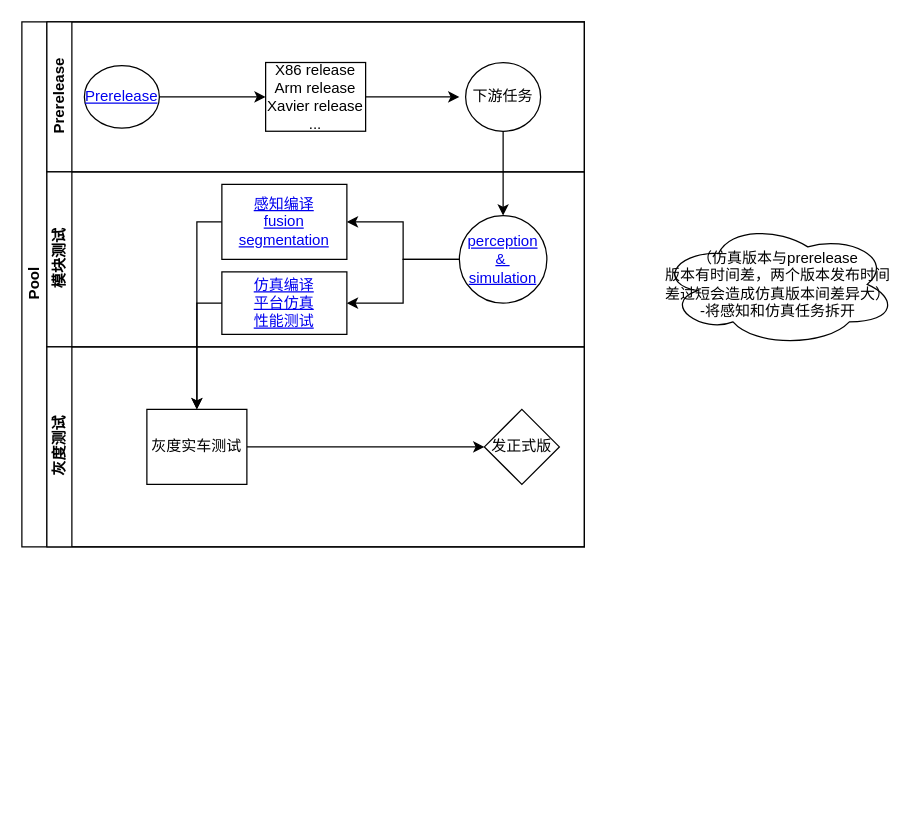
chwxiongppp/CS-notes keeps this draw.io diagram as 发版流程.drawio. Above is the earlier version. Source tidied: cells renumbered, new cells numbered last; positions are measured from the earlier drawing's top-left corner, leaving out a move shared by most shapes. Both pictures are drawn from the tidied source at 125%, with x=0, y=0 at pixel (21, 21).
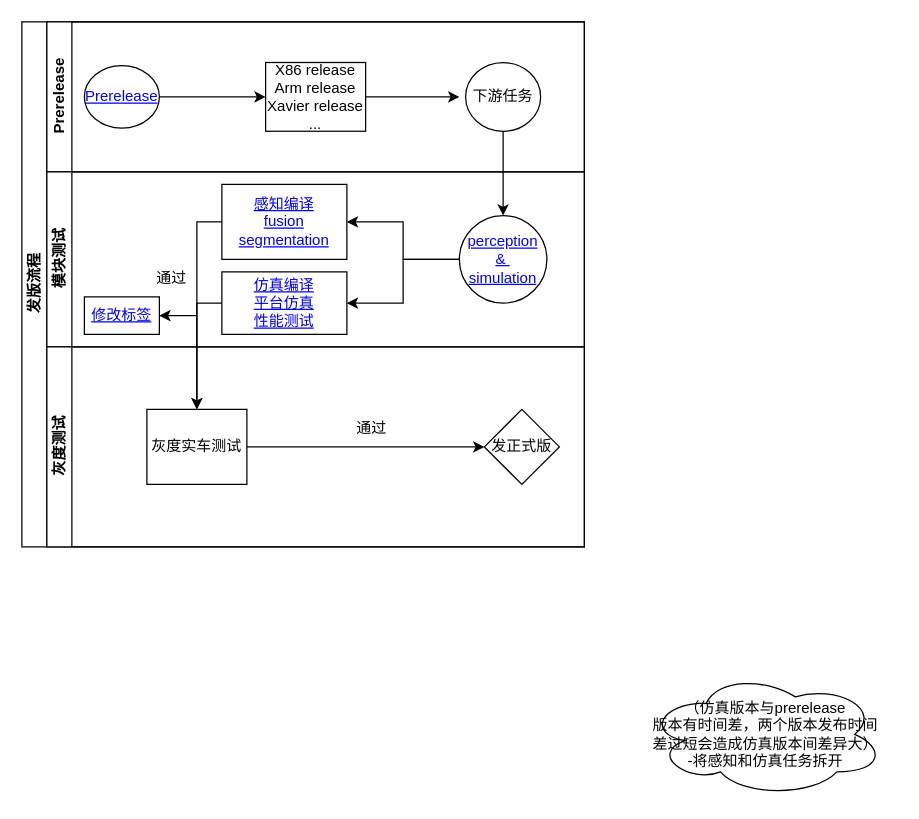
The same page after the edit.

Commit message (it also covers changes not shown here):
更新发版流程.drawio

The change refers to these unchanged cells:
```xml
<mxCell id="9" value="模块测试&lt;br&gt;" style="swimlane;html=1;startSize=20;horizontal=0;" parent="2" vertex="1">
  <mxGeometry x="20" y="120" width="430" height="140" as="geometry" />
</mxCell>
<mxCell id="18" value="灰度测试&lt;br&gt;" style="swimlane;html=1;startSize=20;horizontal=0;" parent="2" vertex="1">
  <mxGeometry x="20" y="260" width="430" height="160" as="geometry" />
</mxCell>
```

Diff of the diagram source:
```diff
@@
-    <mxCell id="2" value="Pool" style="swimlane;html=1;horizontal=0;startSize=20;" parent="1" vertex="1">
+    <mxCell id="2" value="发版流程&lt;br&gt;" style="swimlane;html=1;horizontal=0;startSize=20;" parent="1" vertex="1">
       <mxGeometry width="450" height="420" as="geometry" />
     </mxCell>
@@
+    <mxCell id="23" value="&lt;a href=&quot;http://jenkins.autowise.ai/job/aw_autowise_version_label/&quot;&gt;修改标签&lt;/a&gt;" style="rounded=0;whiteSpace=wrap;html=1;" parent="9" vertex="1">
+      <mxGeometry x="30" y="100" width="60" height="30" as="geometry" />
+    </mxCell>
+    <mxCell id="24" style="endArrow=classic;html=1;rounded=0;entryX=1;entryY=0.5;entryDx=0;entryDy=0;" parent="9" edge="1" target="23">
+      <mxGeometry relative="1" as="geometry">
+        <mxPoint x="120" y="115" as="sourcePoint" />
+      </mxGeometry>
+    </mxCell>
+    <mxCell id="25" value="通过" style="text;html=1;strokeColor=none;fillColor=none;align=center;verticalAlign=middle;whiteSpace=wrap;rounded=0;" parent="9" vertex="1">
+      <mxGeometry x="70" y="70" width="60" height="30" as="geometry" />
+    </mxCell>
@@
+    <mxCell id="26" value="通过" style="text;html=1;strokeColor=none;fillColor=none;align=center;verticalAlign=middle;whiteSpace=wrap;rounded=0;" parent="18" vertex="1">
+      <mxGeometry x="230" y="50" width="60" height="30" as="geometry" />
+    </mxCell>
     <mxCell id="22" value="（仿真版本与prerelease&lt;br&gt;版本有时间差，两个版本发布时间差过短会造成仿真版本间差异大）&lt;br&gt;-将感知和仿真任务拆开" style="ellipse;shape=cloud;whiteSpace=wrap;html=1;" parent="1" vertex="1">
-      <mxGeometry x="510" y="160" width="190" height="100" as="geometry" />
+      <mxGeometry x="500" y="520" width="190" height="100" as="geometry" />
     </mxCell>
```
